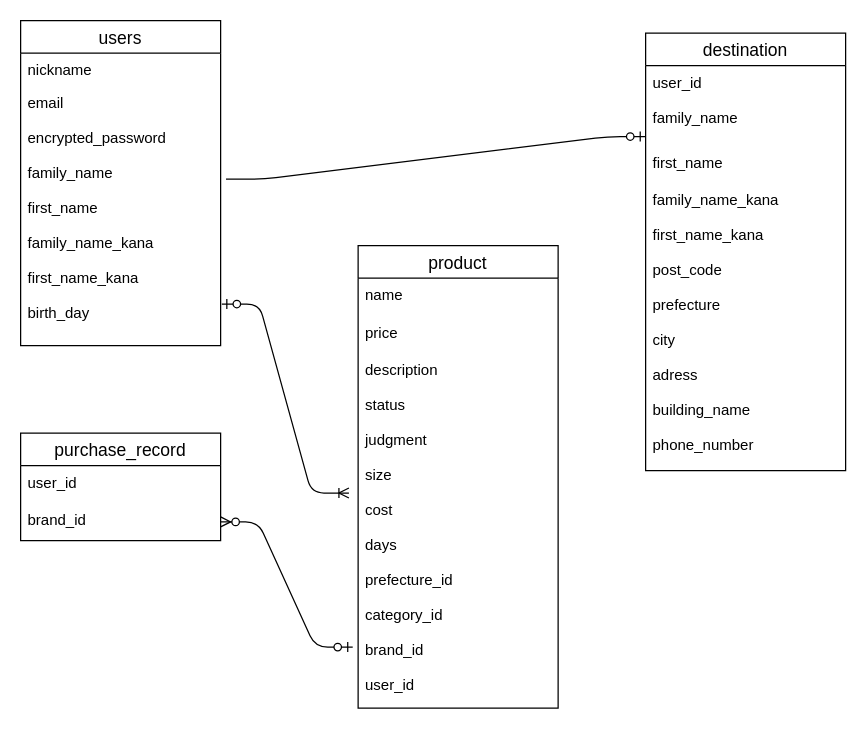
Before: test.dio in shinobum10/furima-36695, a draw.io diagram. Source tidied: cells renumbered, new cells numbered last; positions are measured from the earlier drawing's top-left corner, leaving out a move shared by most shapes. Both pictures are drawn from the tidied source at 125%, with x=0, y=0 at pixel (20, 20).
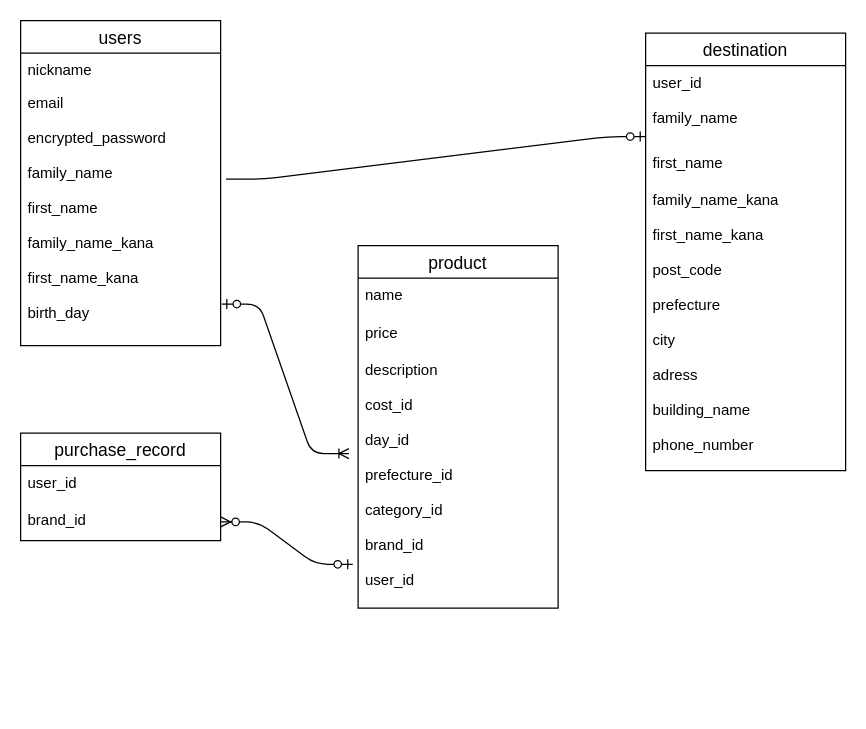
Above is the later version.

Commit message (it also covers changes not shown here):
ER図・データベース設計修正

The edit, as a diff of the source:
```diff
@@
 <mxGraphModel>
   <root>
     <mxCell id="0" />
     <mxCell id="1" parent="0" />
     <mxCell id="2" value="users" style="swimlane;fontStyle=0;horizontal=1;startSize=26;align=center;fontSize=14;" parent="1" vertex="1">
       <mxGeometry width="160" height="260" as="geometry" />
     </mxCell>
     <mxCell id="3" value="nickname" style="text;strokeColor=none;fillColor=none;spacingLeft=4;spacingRight=4;overflow=hidden;fontSize=12;" parent="2" vertex="1">
       <mxGeometry y="26" width="160" height="26" as="geometry" />
     </mxCell>
     <mxCell id="4" value="email" style="text;strokeColor=none;fillColor=none;spacingLeft=4;spacingRight=4;overflow=hidden;fontSize=12;" parent="2" vertex="1">
       <mxGeometry y="52" width="160" height="28" as="geometry" />
     </mxCell>
     <mxCell id="5" value="encrypted_password&#10;&#10;family_name&#10;&#10;first_name&#10;&#10;family_name_kana&#10;&#10;first_name_kana&#10;&#10;birth_day&#10;&#10;&#10;&#10;" style="text;strokeColor=none;fillColor=none;spacingLeft=4;spacingRight=4;overflow=hidden;points=[[0,0.5],[1,0.5]];portConstraint=eastwest;fontSize=12;" parent="2" vertex="1">
       <mxGeometry y="80" width="160" height="180" as="geometry" />
     </mxCell>
     <mxCell id="6" value="product" style="swimlane;fontStyle=0;horizontal=1;startSize=26;align=center;fontSize=14;" parent="1" vertex="1">
-      <mxGeometry x="270" y="180" width="160" height="370" as="geometry" />
+      <mxGeometry x="270" y="180" width="160" height="290" as="geometry" />
     </mxCell>
     <mxCell id="7" value="name" style="text;strokeColor=none;fillColor=none;spacingLeft=4;spacingRight=4;overflow=hidden;fontSize=12;" parent="6" vertex="1">
       <mxGeometry y="26" width="160" height="30" as="geometry" />
     </mxCell>
     <mxCell id="8" value="price" style="text;strokeColor=none;fillColor=none;spacingLeft=4;spacingRight=4;overflow=hidden;fontSize=12;" parent="6" vertex="1">
       <mxGeometry y="56" width="160" height="30" as="geometry" />
     </mxCell>
-    <mxCell id="9" value="description&#10;&#10;status&#10;&#10;judgment&#10;&#10;size&#10;&#10;cost&#10;&#10;days&#10;&#10;prefecture_id&#10;&#10;category_id&#10;&#10;brand_id&#10;&#10;user_id&#10;&#10;" style="text;strokeColor=none;fillColor=none;spacingLeft=4;spacingRight=4;overflow=hidden;points=[[0,0.5],[1,0.5]];portConstraint=eastwest;fontSize=12;" parent="6" vertex="1">
-      <mxGeometry y="86" width="160" height="284" as="geometry" />
+    <mxCell id="9" value="description&#10;&#10;cost_id&#10;&#10;day_id&#10;&#10;prefecture_id&#10;&#10;category_id&#10;&#10;brand_id&#10;&#10;user_id&#10;&#10;" style="text;strokeColor=none;fillColor=none;spacingLeft=4;spacingRight=4;overflow=hidden;points=[[0,0.5],[1,0.5]];portConstraint=eastwest;fontSize=12;" parent="6" vertex="1">
+      <mxGeometry y="86" width="160" height="204" as="geometry" />
     </mxCell>
     <mxCell id="10" value="destination" style="swimlane;fontStyle=0;horizontal=1;startSize=26;align=center;fontSize=14;" parent="1" vertex="1">
       <mxGeometry x="500" y="10" width="160" height="350" as="geometry" />
     </mxCell>
     <mxCell id="11" value="user_id&#10;&#10;family_name&#10;" style="text;strokeColor=none;fillColor=none;spacingLeft=4;spacingRight=4;overflow=hidden;points=[[0,0.5],[1,0.5]];portConstraint=eastwest;fontSize=12;" parent="10" vertex="1">
       <mxGeometry y="26" width="160" height="64" as="geometry" />
     </mxCell>
     <mxCell id="12" value="first_name" style="text;strokeColor=none;fillColor=none;spacingLeft=4;spacingRight=4;overflow=hidden;fontSize=12;" parent="10" vertex="1">
       <mxGeometry y="90" width="160" height="30" as="geometry" />
     </mxCell>
     <mxCell id="13" value="family_name_kana&#10;&#10;first_name_kana&#10;&#10;post_code&#10;&#10;prefecture&#10;&#10;city&#10;&#10;adress&#10;&#10;building_name&#10;&#10;phone_number&#10;&#10;&#10;" style="text;strokeColor=none;fillColor=none;spacingLeft=4;spacingRight=4;overflow=hidden;fontSize=12;" parent="10" vertex="1">
       <mxGeometry y="120" width="160" height="230" as="geometry" />
     </mxCell>
     <mxCell id="14" style="edgeStyle=entityRelationEdgeStyle;fontSize=12;html=1;endArrow=ERzeroToOne;endFill=1;exitX=1.027;exitY=0.26;exitDx=0;exitDy=0;exitPerimeter=0;entryX=-0.002;entryY=0.886;entryDx=0;entryDy=0;entryPerimeter=0;" parent="1" edge="1" source="5" target="11">
       <mxGeometry relative="1" as="geometry" />
     </mxCell>
     <mxCell id="15" style="edgeStyle=entityRelationEdgeStyle;fontSize=12;html=1;endArrow=ERoneToMany;startArrow=ERzeroToOne;exitX=1.006;exitY=0.815;exitDx=0;exitDy=0;exitPerimeter=0;entryX=-0.046;entryY=0.394;entryDx=0;entryDy=0;entryPerimeter=0;" parent="1" edge="1" source="5" target="9">
       <mxGeometry relative="1" as="geometry" />
     </mxCell>
     <mxCell id="16" value="purchase_record" style="swimlane;fontStyle=0;horizontal=1;startSize=26;align=center;fontSize=14;" parent="1" vertex="1">
       <mxGeometry y="330" width="160" height="86" as="geometry" />
     </mxCell>
     <mxCell id="17" value="user_id&#10;" style="text;strokeColor=none;fillColor=none;spacingLeft=4;spacingRight=4;overflow=hidden;fontSize=12;" parent="16" vertex="1">
       <mxGeometry y="26" width="160" height="30" as="geometry" />
     </mxCell>
     <mxCell id="18" value="brand_id" style="text;strokeColor=none;fillColor=none;spacingLeft=4;spacingRight=4;overflow=hidden;points=[[0,0.5],[1,0.5]];portConstraint=eastwest;fontSize=12;" parent="16" vertex="1">
       <mxGeometry y="56" width="160" height="30" as="geometry" />
     </mxCell>
     <mxCell id="19" style="edgeStyle=entityRelationEdgeStyle;fontSize=12;html=1;endArrow=ERzeroToMany;startArrow=ERzeroToOne;exitX=-0.027;exitY=0.828;exitDx=0;exitDy=0;exitPerimeter=0;entryX=1;entryY=0.5;entryDx=0;entryDy=0;" parent="1" edge="1" source="9" target="18">
       <mxGeometry relative="1" as="geometry" />
     </mxCell>
   </root>
 </mxGraphModel>
```
